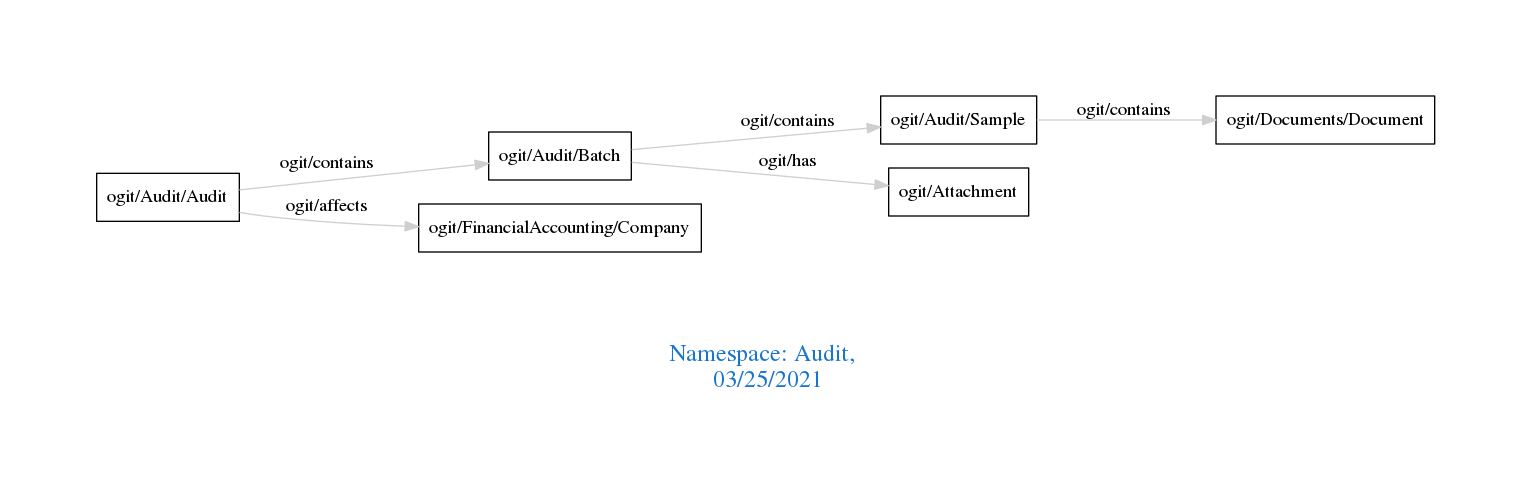
Before: downloads/Audit.png, a diagram exported from Graphviz (arago/OGIT). Its source is kept beside it as downloads/Audit.dot.
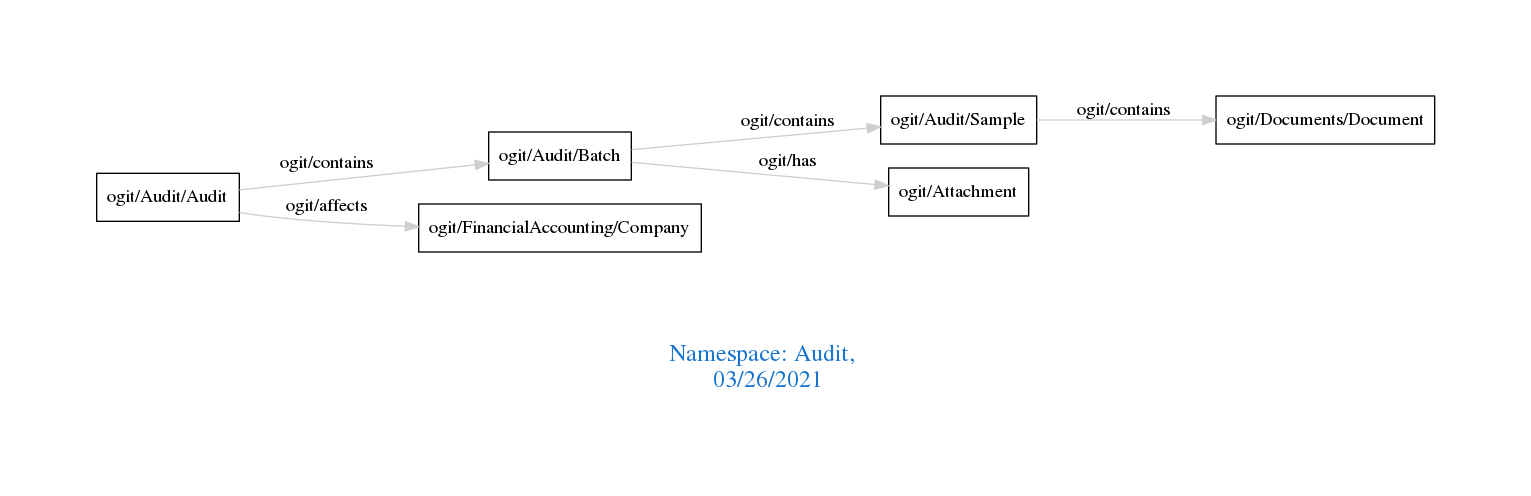
The same diagram one commit later.

What changed in the source:
```diff
@@ -1,7 +1,7 @@
 digraph OGIT_ontology {
  graph [ rankdir= LR,pad=1
 fontsize = 18,
-fontcolor= dodgerblue3,label = "\n\n\nNamespace: Audit, \n 03/25/2021"];
+fontcolor= dodgerblue3,label = "\n\n\nNamespace: Audit, \n 03/26/2021"];
 node[shape=polygon];
 edge [  color="gray81"];
 
```
